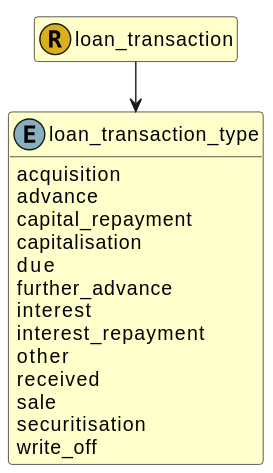
Above: images/fire.model.loan_transaction_type.svg in Schemarise/demo-alfa-with-fire-json-model (PlantUML), before the change.
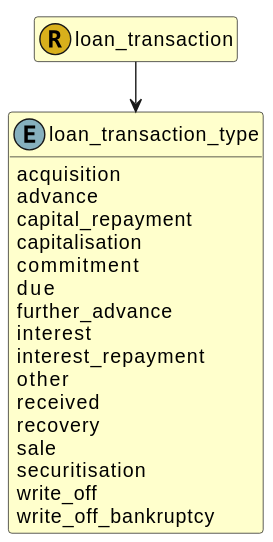
After the commit.

The edit, as a diff of the source:
```diff
@@ -16,15 +16,18 @@
   advance
   capital_repayment
   capitalisation
+  commitment
   due
   further_advance
   interest
   interest_repayment
   other
   received
+  recovery
   sale
   securitisation
   write_off
+  write_off_bankruptcy
 
 
 
```
